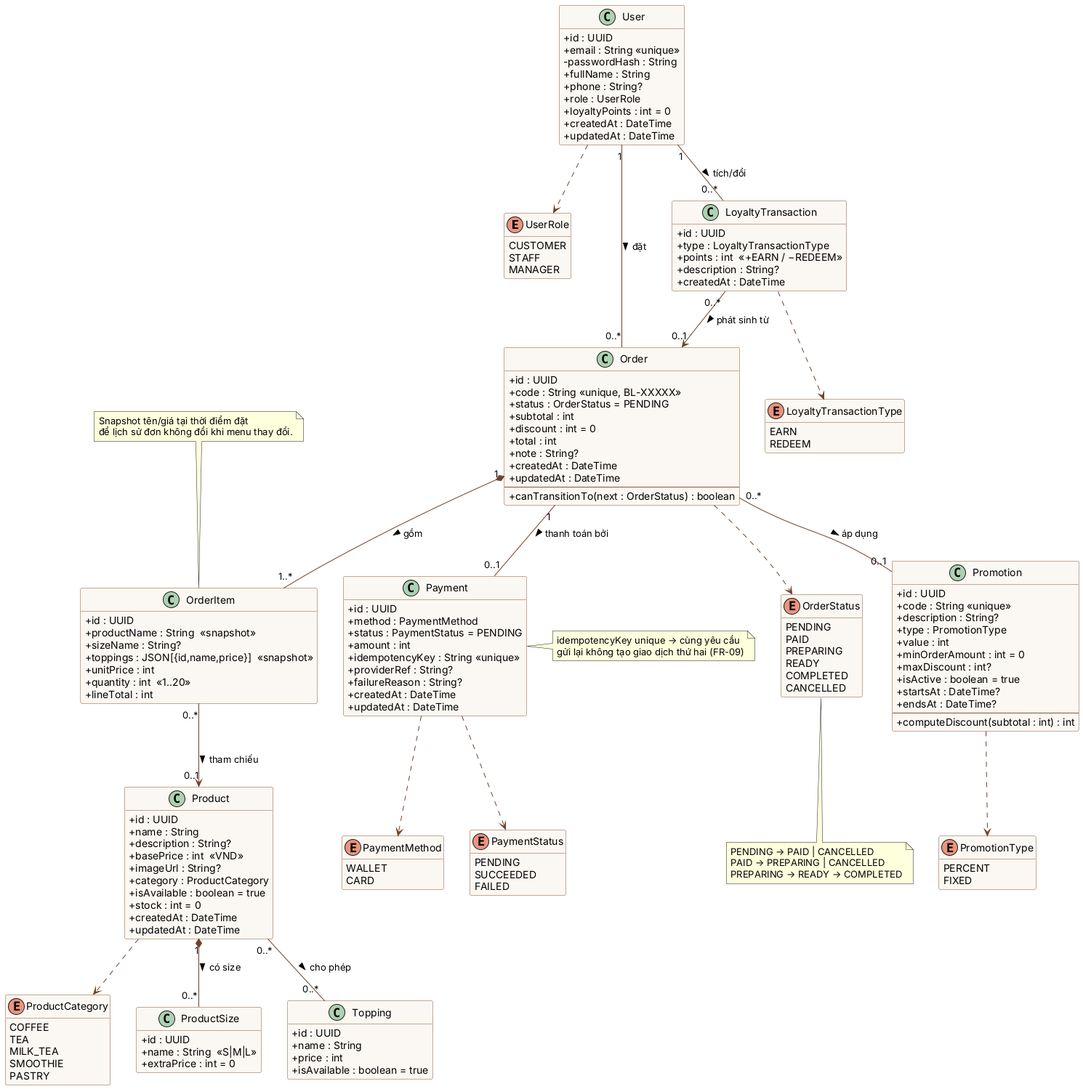
The PlantUML diagram docs/diagrams/class-domain.png in LHTCoder/brewlite, before a commit. The source it was exported from:
```plantuml
@startuml class-domain
skinparam classAttributeIconSize 0
skinparam class {
  BackgroundColor #FBF7F2
  BorderColor #8A5733
  ArrowColor #6E432A
}
skinparam enum {
  BackgroundColor #F3E9DC
}
hide empty methods

enum UserRole {
  CUSTOMER
  STAFF
  MANAGER
}
enum ProductCategory {
  COFFEE
  TEA
  MILK_TEA
  SMOOTHIE
  PASTRY
}
enum OrderStatus {
  PENDING
  PAID
  PREPARING
  READY
  COMPLETED
  CANCELLED
}
enum PaymentMethod {
  WALLET
  CARD
}
enum PaymentStatus {
  PENDING
  SUCCEEDED
  FAILED
}
enum PromotionType {
  PERCENT
  FIXED
}
enum LoyaltyTransactionType {
  EARN
  REDEEM
}

class User {
  +id : UUID
  +email : String <<unique>>
  -passwordHash : String
  +fullName : String
  +phone : String?
  +role : UserRole
  +loyaltyPoints : int = 0
  +createdAt : DateTime
  +updatedAt : DateTime
}

class Product {
  +id : UUID
  +name : String
  +description : String?
  +basePrice : int  <<VND>>
  +imageUrl : String?
  +category : ProductCategory
  +isAvailable : boolean = true
  +stock : int = 0
  +createdAt : DateTime
  +updatedAt : DateTime
}

class ProductSize {
  +id : UUID
  +name : String  <<S|M|L>>
  +extraPrice : int = 0
}

class Topping {
  +id : UUID
  +name : String
  +price : int
  +isAvailable : boolean = true
}

class Order {
  +id : UUID
  +code : String <<unique, BL-XXXXX>>
  +status : OrderStatus = PENDING
  +subtotal : int
  +discount : int = 0
  +total : int
  +note : String?
  +createdAt : DateTime
  +updatedAt : DateTime
  --
  +canTransitionTo(next : OrderStatus) : boolean
}

class OrderItem {
  +id : UUID
  +productName : String  <<snapshot>>
  +sizeName : String?
  +toppings : JSON[{id,name,price}]  <<snapshot>>
  +unitPrice : int
  +quantity : int  <<1..20>>
  +lineTotal : int
}

class Payment {
  +id : UUID
  +method : PaymentMethod
  +status : PaymentStatus = PENDING
  +amount : int
  +idempotencyKey : String <<unique>>
  +providerRef : String?
  +failureReason : String?
  +createdAt : DateTime
  +updatedAt : DateTime
}

class Promotion {
  +id : UUID
  +code : String <<unique>>
  +description : String?
  +type : PromotionType
  +value : int
  +minOrderAmount : int = 0
  +maxDiscount : int?
  +isActive : boolean = true
  +startsAt : DateTime?
  +endsAt : DateTime?
  --
  +computeDiscount(subtotal : int) : int
}

class LoyaltyTransaction {
  +id : UUID
  +type : LoyaltyTransactionType
  +points : int  <<+EARN / −REDEEM>>
  +description : String?
  +createdAt : DateTime
}

User "1" -- "0..*" Order : đặt >
User "1" -- "0..*" LoyaltyTransaction : tích/đổi >
Order "1" *-- "1..*" OrderItem : gồm >
Order "1" -- "0..1" Payment : thanh toán bởi >
Order "0..*" -- "0..1" Promotion : áp dụng >
OrderItem "0..*" --> "0..1" Product : tham chiếu >
Product "1" *-- "0..*" ProductSize : có size >
Product "0..*" -- "0..*" Topping : cho phép >
LoyaltyTransaction "0..*" --> "0..1" Order : phát sinh từ >

User ..> UserRole
Product ..> ProductCategory
Order ..> OrderStatus
Payment ..> PaymentMethod
Payment ..> PaymentStatus
Promotion ..> PromotionType
LoyaltyTransaction ..> LoyaltyTransactionType

note top of OrderItem
  Snapshot tên/giá tại thời điểm đặt
  để lịch sử đơn không đổi khi menu thay đổi.
end note
note right of Payment
  idempotencyKey unique → cùng yêu cầu
  gửi lại không tạo giao dịch thứ hai (FR-09)
end note
note bottom of OrderStatus
  PENDING → PAID | CANCELLED
  PAID → PREPARING | CANCELLED
  PREPARING → READY → COMPLETED
end note
@enduml
```
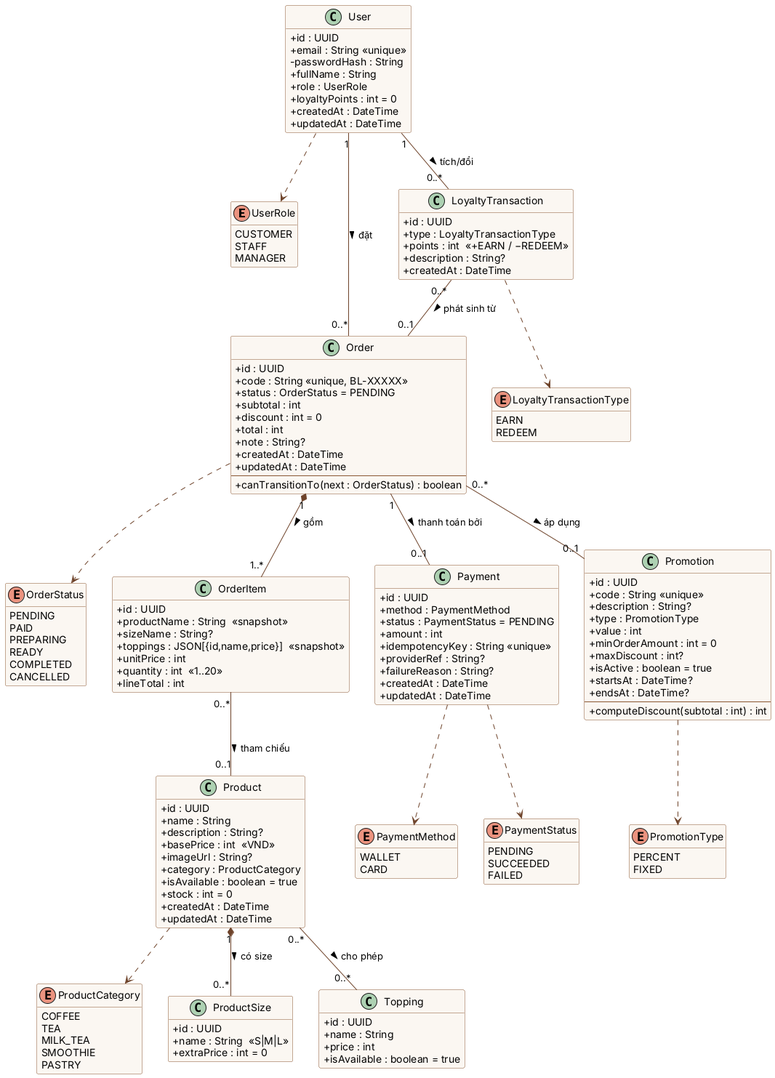
Above is the later version.

What changed in the source:
```diff
@@ -53,7 +53,6 @@
   +email : String <<unique>>
   -passwordHash : String
   +fullName : String
-  +phone : String?
   +role : UserRole
   +loyaltyPoints : int = 0
   +createdAt : DateTime
@@ -150,10 +149,10 @@
 Order "1" *-- "1..*" OrderItem : gồm >
 Order "1" -- "0..1" Payment : thanh toán bởi >
 Order "0..*" -- "0..1" Promotion : áp dụng >
-OrderItem "0..*" --> "0..1" Product : tham chiếu >
+OrderItem "0..*" -- "0..1" Product : tham chiếu >
 Product "1" *-- "0..*" ProductSize : có size >
 Product "0..*" -- "0..*" Topping : cho phép >
-LoyaltyTransaction "0..*" --> "0..1" Order : phát sinh từ >
+LoyaltyTransaction "0..*" -- "0..1" Order : phát sinh từ >
 
 User ..> UserRole
 Product ..> ProductCategory
@@ -163,17 +162,4 @@
 Promotion ..> PromotionType
 LoyaltyTransaction ..> LoyaltyTransactionType
 
-note top of OrderItem
-  Snapshot tên/giá tại thời điểm đặt
-  để lịch sử đơn không đổi khi menu thay đổi.
-end note
-note right of Payment
-  idempotencyKey unique → cùng yêu cầu
-  gửi lại không tạo giao dịch thứ hai (FR-09)
-end note
-note bottom of OrderStatus
-  PENDING → PAID | CANCELLED
-  PAID → PREPARING | CANCELLED
-  PREPARING → READY → COMPLETED
-end note
 @enduml
```
